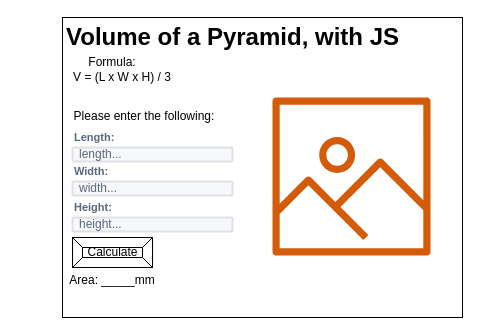
Before: page "Page-2" (2 of 2) of design/story-board.drawio in ashley-monaghan/ICS2OR-Unit-3-02, a draw.io diagram. Source tidied: cells renumbered, new cells numbered last; positions are measured from the earlier drawing's top-left corner, leaving out a move shared by most shapes. Both pictures are drawn from the tidied source at 100%, with x=0, y=0 at pixel (17, 17).
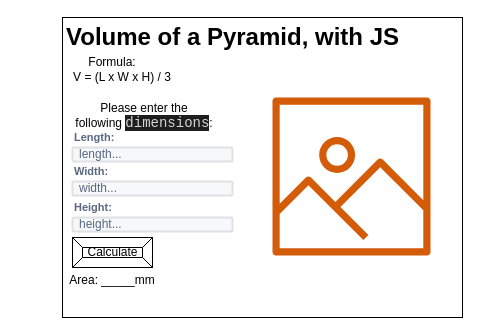
The same page after the edit.

What changed in the source:
```diff
@@
 <mxGraphModel>
   <root>
     <mxCell id="0" />
     <mxCell id="1" parent="0" />
     <mxCell id="2" style="rounded=0;whiteSpace=wrap;html=1;" parent="1" vertex="1">
       <mxGeometry x="45" width="400" height="300" as="geometry" />
     </mxCell>
     <mxCell id="3" value="Calculate" style="labelPosition=center;verticalLabelPosition=middle;align=center;html=1;shape=mxgraph.basic.button;dx=10;" parent="1" vertex="1">
       <mxGeometry x="55" y="220" width="80" height="30" as="geometry" />
     </mxCell>
     <mxCell id="4" value="Length:" style="fillColor=none;strokeColor=none;html=1;fontSize=11;fontStyle=0;align=left;fontColor=#596780;fontStyle=1;fontSize=11;" parent="1" vertex="1">
       <mxGeometry x="55" y="110" width="240" height="20" as="geometry" />
     </mxCell>
     <mxCell id="5" value="length..." style="rounded=1;arcSize=9;fillColor=#F7F8F9;align=left;spacingLeft=5;strokeColor=#DEE1E6;html=1;strokeWidth=2;fontColor=#596780;fontSize=12;" parent="1" vertex="1">
       <mxGeometry x="55" y="130" width="160" height="14" as="geometry" />
     </mxCell>
     <mxCell id="6" value="width..." style="rounded=1;arcSize=9;fillColor=#F7F8F9;align=left;spacingLeft=5;strokeColor=#DEE1E6;html=1;strokeWidth=2;fontColor=#596780;fontSize=12;" parent="1" vertex="1">
       <mxGeometry x="55" y="164" width="160" height="14" as="geometry" />
     </mxCell>
     <mxCell id="7" value="height..." style="rounded=1;arcSize=9;fillColor=#F7F8F9;align=left;spacingLeft=5;strokeColor=#DEE1E6;html=1;strokeWidth=2;fontColor=#596780;fontSize=12;" parent="1" vertex="1">
       <mxGeometry x="55" y="200" width="160" height="14" as="geometry" />
     </mxCell>
     <mxCell id="8" value="Height:" style="fillColor=none;strokeColor=none;html=1;fontSize=11;fontStyle=0;align=left;fontColor=#596780;fontStyle=1;fontSize=11;" parent="1" vertex="1">
       <mxGeometry x="55" y="180" width="240" height="20" as="geometry" />
     </mxCell>
     <mxCell id="9" value="Width:" style="fillColor=none;strokeColor=none;html=1;fontSize=11;fontStyle=0;align=left;fontColor=#596780;fontStyle=1;fontSize=11;" parent="1" vertex="1">
       <mxGeometry x="55" y="144" width="240" height="20" as="geometry" />
     </mxCell>
     <mxCell id="10" style="sketch=0;fontColor=#232F3E;gradientColor=none;fillColor=#D45B07;strokeColor=none;dashed=0;verticalLabelPosition=bottom;verticalAlign=top;align=center;html=1;fontSize=12;fontStyle=0;shape=mxgraph.aws4.container_registry_image;" parent="1" vertex="1">
       <mxGeometry x="255" y="80" width="158" height="158" as="geometry" />
     </mxCell>
     <mxCell id="11" value="Volume of a Pyramid, with JS" style="text;strokeColor=none;fillColor=none;html=1;fontSize=24;fontStyle=1;verticalAlign=middle;align=center;" parent="1" vertex="1">
       <mxGeometry x="165" width="100" height="40" as="geometry" />
     </mxCell>
     <mxCell id="12" value="Formula:" style="text;html=1;strokeColor=none;fillColor=none;align=center;verticalAlign=middle;whiteSpace=wrap;rounded=0;" parent="1" vertex="1">
       <mxGeometry x="65" y="30" width="60" height="30" as="geometry" />
     </mxCell>
     <mxCell id="13" value="V = (L x W x H) / 3" style="text;html=1;strokeColor=none;fillColor=none;align=center;verticalAlign=middle;whiteSpace=wrap;overflow=hidden;" parent="1" vertex="1">
       <mxGeometry x="35" y="50" width="140" height="20" as="geometry" />
     </mxCell>
-    <mxCell id="14" value="Please enter the following:" style="text;html=1;strokeColor=none;fillColor=none;align=center;verticalAlign=middle;whiteSpace=wrap;overflow=hidden;" parent="1" vertex="1">
+    <mxCell id="14" value="Please enter the following&amp;nbsp;&lt;span style=&quot;background-color: rgb(30 , 30 , 30) ; color: rgb(212 , 212 , 212) ; font-family: &amp;#34;consolas&amp;#34; , &amp;#34;courier new&amp;#34; , monospace ; font-size: 14px&quot;&gt;dimensions&lt;/span&gt;&lt;span&gt;:&lt;/span&gt;" style="text;html=1;strokeColor=none;fillColor=none;align=center;verticalAlign=middle;whiteSpace=wrap;overflow=hidden;" parent="1" vertex="1">
       <mxGeometry x="32" y="74" width="190" height="50" as="geometry" />
     </mxCell>
     <mxCell id="15" value="Area: _____mm" style="text;html=1;strokeColor=none;fillColor=none;align=center;verticalAlign=middle;whiteSpace=wrap;overflow=hidden;" parent="1" vertex="1">
       <mxGeometry y="238" width="190" height="50" as="geometry" />
     </mxCell>
   </root>
 </mxGraphModel>
```
